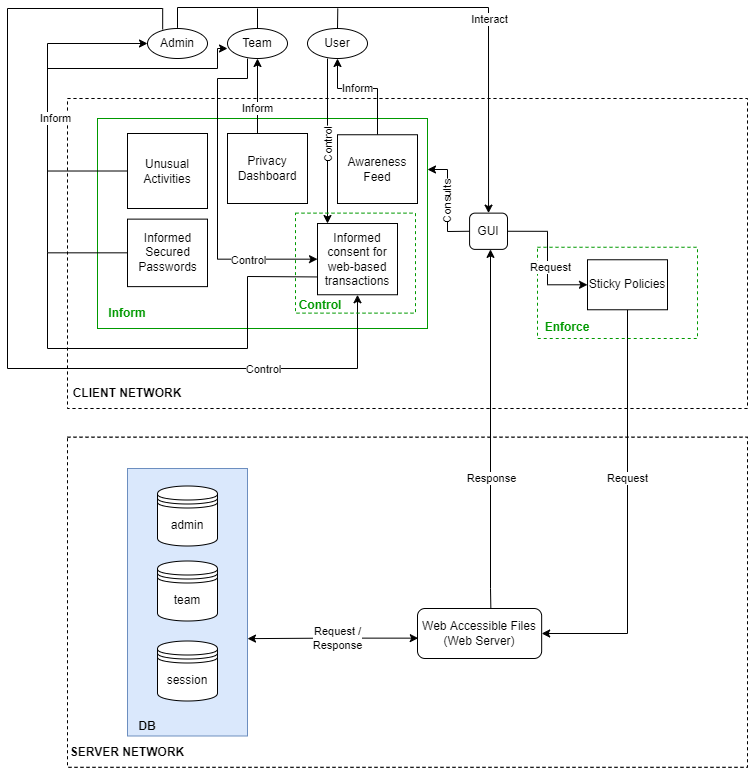
Earlier version of the draw.io export Process_Oriented_Strategies_class_diagram.drawio.png (claudialorusso/CivicSense). Source tidied: cells renumbered, new cells last; positions are measured from the earlier drawing's top-left corner, leaving out a move shared by most shapes.
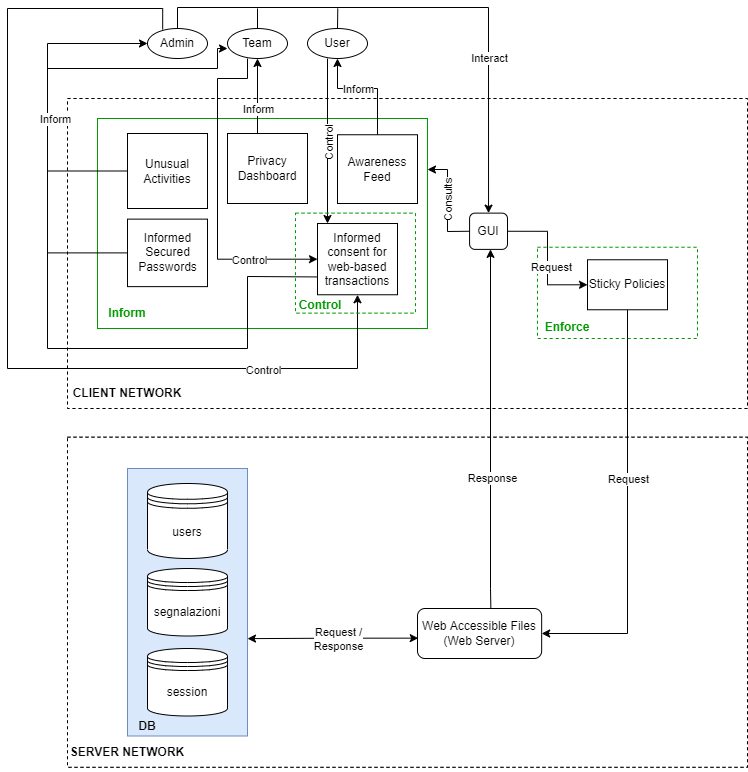
The same diagram one commit later.

What changed in the source:
```diff
@@ -162,9 +162,6 @@
     <mxCell id="42" style="horizontal=0;dashed=1;fontColor=#000000;strokeColor=#000000;fillColor=default;" parent="1" vertex="1">
       <mxGeometry x="60" y="429.8" width="680" height="330" as="geometry" />
     </mxCell>
-    <mxCell id="43" style="rounded=0;whiteSpace=wrap;html=1;strokeColor=#6c8ebf;fillColor=#dae8fc;" parent="1" vertex="1">
-      <mxGeometry x="120" y="461" width="120" height="267.5" as="geometry" />
-    </mxCell>
     <mxCell id="44" style="horizontal=0;dashed=1;fontColor=#000000;strokeColor=#000000;fillColor=default;" parent="1" vertex="1">
       <mxGeometry x="60" y="91" width="680" height="310" as="geometry" />
     </mxCell>
@@ -282,23 +279,13 @@
     <mxCell id="67" value="Request" style="edgeLabel;html=1;align=center;verticalAlign=middle;fontColor=#000000;" parent="66" vertex="1">
       <mxGeometry x="-0.18" relative="1" as="geometry" />
     </mxCell>
-    <mxCell id="68" value="session" style="shape=datastore;whiteSpace=wrap;html=1;fontColor=#000000;strokeColor=#000000;fillColor=default;" parent="1" vertex="1">
-      <mxGeometry x="150" y="633.5" width="60" height="60" as="geometry" />
-    </mxCell>
-    <mxCell id="69" value="team" style="shape=datastore;whiteSpace=wrap;html=1;fontColor=#000000;strokeColor=#000000;fillColor=default;" parent="1" vertex="1">
-      <mxGeometry x="150" y="553.5" width="60" height="60" as="geometry" />
-    </mxCell>
-    <mxCell id="70" value="admin" style="shape=datastore;whiteSpace=wrap;html=1;fontColor=#000000;strokeColor=#000000;fillColor=default;" parent="1" vertex="1">
-      <mxGeometry x="150" y="478.5" width="60" height="60" as="geometry" />
-    </mxCell>
     <mxCell id="71" value="&lt;b&gt;CLIENT NETWORK&lt;/b&gt;" style="text;html=1;strokeColor=none;fillColor=none;align=center;verticalAlign=middle;whiteSpace=wrap;rounded=0;dashed=1;fontColor=#000000;" parent="1" vertex="1">
       <mxGeometry x="60" y="371" width="120" height="30" as="geometry" />
     </mxCell>
-    <mxCell id="72" value="&lt;b&gt;DB&lt;/b&gt;" style="text;html=1;strokeColor=none;fillColor=none;align=center;verticalAlign=middle;whiteSpace=wrap;rounded=0;fontColor=#000000;" parent="1" vertex="1">
-      <mxGeometry x="110" y="703.5" width="60" height="30" as="geometry" />
-    </mxCell>
-    <mxCell id="73" style="edgeStyle=orthogonalEdgeStyle;rounded=0;jettySize=auto;html=1;fontColor=#000000;startArrow=classic;startFill=1;endArrow=classic;endFill=1;startSize=6;endSize=6;exitX=0.006;exitY=0.593;exitDx=0;exitDy=0;entryX=1;entryY=0.636;entryDx=0;entryDy=0;entryPerimeter=0;exitPerimeter=0;" parent="1" edge="1" source="75" target="43">
-      <mxGeometry relative="1" as="geometry" />
+    <mxCell id="73" style="edgeStyle=orthogonalEdgeStyle;rounded=0;jettySize=auto;html=1;fontColor=#000000;startArrow=classic;startFill=1;endArrow=classic;endFill=1;startSize=6;endSize=6;exitX=0.006;exitY=0.593;exitDx=0;exitDy=0;entryX=1;entryY=0.636;entryDx=0;entryDy=0;entryPerimeter=0;exitPerimeter=0;" parent="1" edge="1" source="75">
+      <mxGeometry relative="1" as="geometry">
+        <mxPoint x="240" y="631.1" as="targetPoint" />
+      </mxGeometry>
     </mxCell>
     <mxCell id="74" value="Request /&lt;br&gt;Response" style="edgeLabel;html=1;align=center;verticalAlign=middle;fontColor=#000000;" parent="73" vertex="1">
       <mxGeometry x="0.22" relative="1" as="geometry">
@@ -415,10 +402,27 @@
       </mxGeometry>
     </mxCell>
     <mxCell id="96" value="&lt;font color=&quot;#000000&quot;&gt;Interact&lt;/font&gt;" style="edgeLabel;html=1;align=center;verticalAlign=middle;fontColor=#009900;" parent="95" vertex="1">
-      <mxGeometry x="0.28" y="1" relative="1" as="geometry" />
+      <mxGeometry x="0.28" y="1" relative="1" as="geometry">
+        <mxPoint x="-1" y="39" as="offset" />
+      </mxGeometry>
     </mxCell>
     <mxCell id="97" value="&lt;b&gt;SERVER NETWORK&lt;/b&gt;" style="text;html=1;strokeColor=none;fillColor=none;align=center;verticalAlign=middle;whiteSpace=wrap;rounded=0;dashed=1;fontColor=#000000;" parent="1" vertex="1">
       <mxGeometry x="60" y="729.8" width="120" height="30" as="geometry" />
     </mxCell>
+    <mxCell id="43" style="rounded=0;whiteSpace=wrap;html=1;strokeColor=#6c8ebf;fillColor=#dae8fc;" parent="1" vertex="1">
+      <mxGeometry x="120" y="461" width="120" height="267.5" as="geometry" />
+    </mxCell>
+    <mxCell id="68" value="session" style="shape=datastore;whiteSpace=wrap;html=1;fontColor=#000000;strokeColor=#000000;fillColor=default;" parent="1" vertex="1">
+      <mxGeometry x="140" y="641" width="80" height="67.5" as="geometry" />
+    </mxCell>
+    <mxCell id="98" value="segnalazioni" style="shape=datastore;whiteSpace=wrap;html=1;fontColor=#000000;strokeColor=#000000;fillColor=default;" parent="1" vertex="1">
+      <mxGeometry x="140" y="561" width="80" height="67.5" as="geometry" />
+    </mxCell>
+    <mxCell id="99" value="users" style="shape=datastore;whiteSpace=wrap;html=1;fontColor=#000000;strokeColor=#000000;fillColor=default;" parent="1" vertex="1">
+      <mxGeometry x="140" y="476" width="80" height="75" as="geometry" />
+    </mxCell>
+    <mxCell id="72" value="&lt;b&gt;DB&lt;/b&gt;" style="text;html=1;strokeColor=none;fillColor=none;align=center;verticalAlign=middle;whiteSpace=wrap;rounded=0;fontColor=#000000;" parent="1" vertex="1">
+      <mxGeometry x="110" y="703.5" width="60" height="30" as="geometry" />
+    </mxCell>
   </root>
 </mxGraphModel>
```
